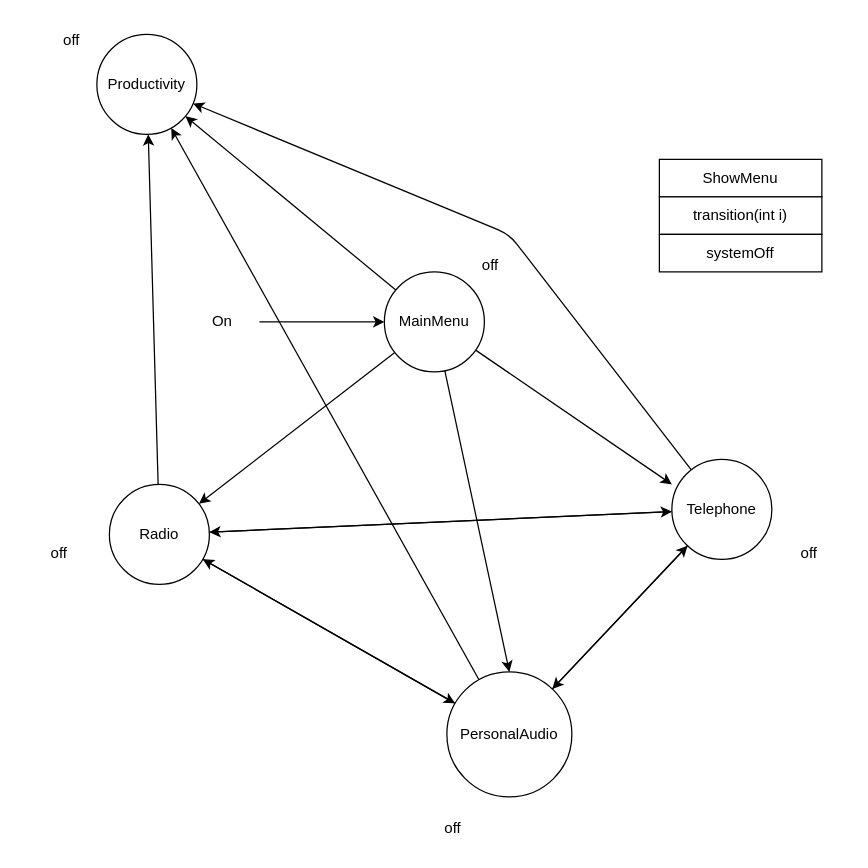
Before: page "Page-2" (2 of 2) of Analysis/Program_System_Design_diagram.drawio in adrianArimany/Lab4_poo, a draw.io diagram. Source tidied: cells renumbered, new cells numbered last; positions are measured from the earlier drawing's top-left corner, leaving out a move shared by most shapes. Both pictures are drawn from the tidied source at 125%, with x=0, y=0 at pixel (21, 21).
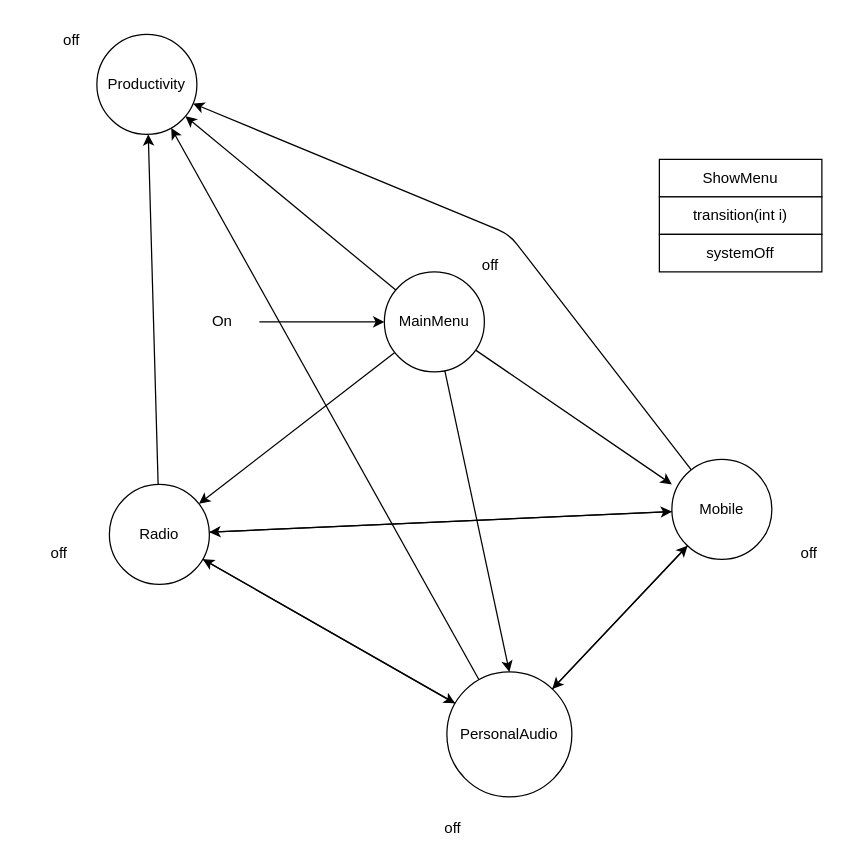
Above is the later version.

What changed in the source:
```diff
@@
-    <mxCell id="20" value="Telephone" style="ellipse;whiteSpace=wrap;html=1;" parent="1" vertex="1">
+    <mxCell id="20" value="Mobile" style="ellipse;whiteSpace=wrap;html=1;" parent="1" vertex="1">
       <mxGeometry x="520" y="350" width="80" height="80" as="geometry" />
     </mxCell>
```
